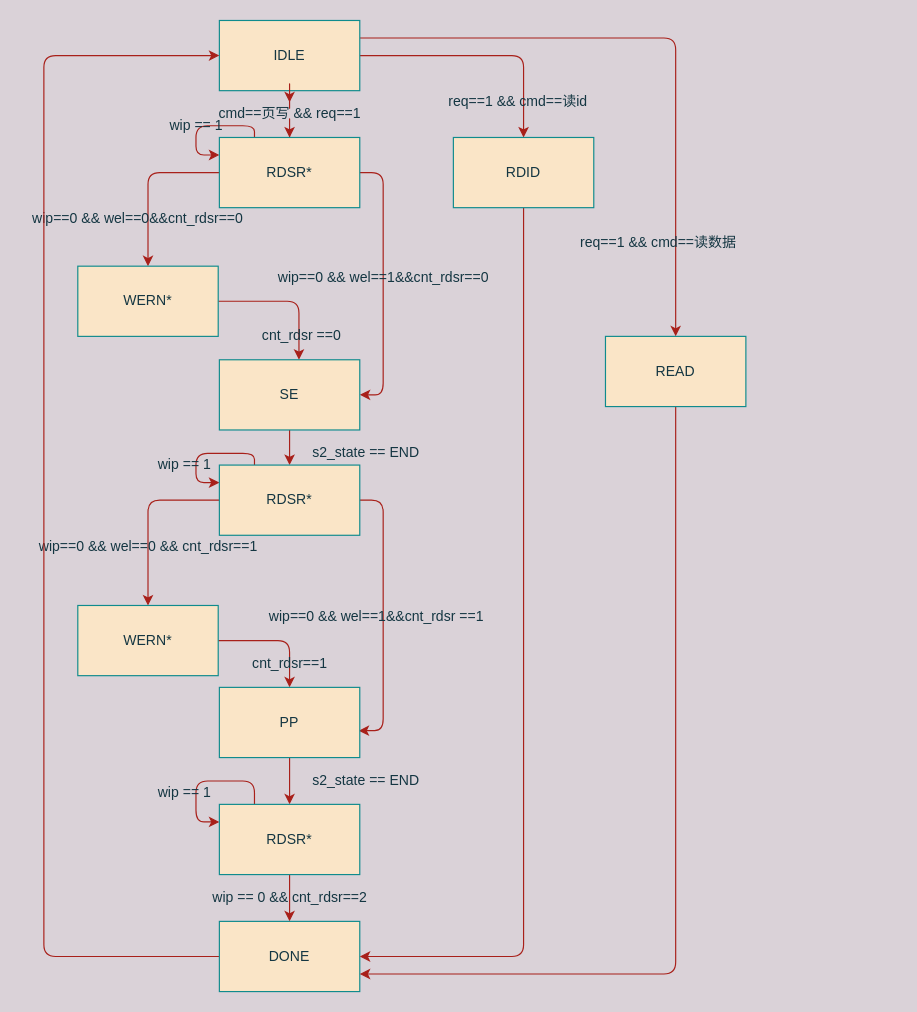
Earlier version of the draw.io diagram flash_state.drawio (wu-bai-guo/spi_flash). Source tidied: cells renumbered, new cells numbered last; positions are measured from the earlier drawing's top-left corner, leaving out a move shared by most shapes. Both pictures are drawn from the tidied source at 117%, with x=0, y=0 at pixel (20, 20).
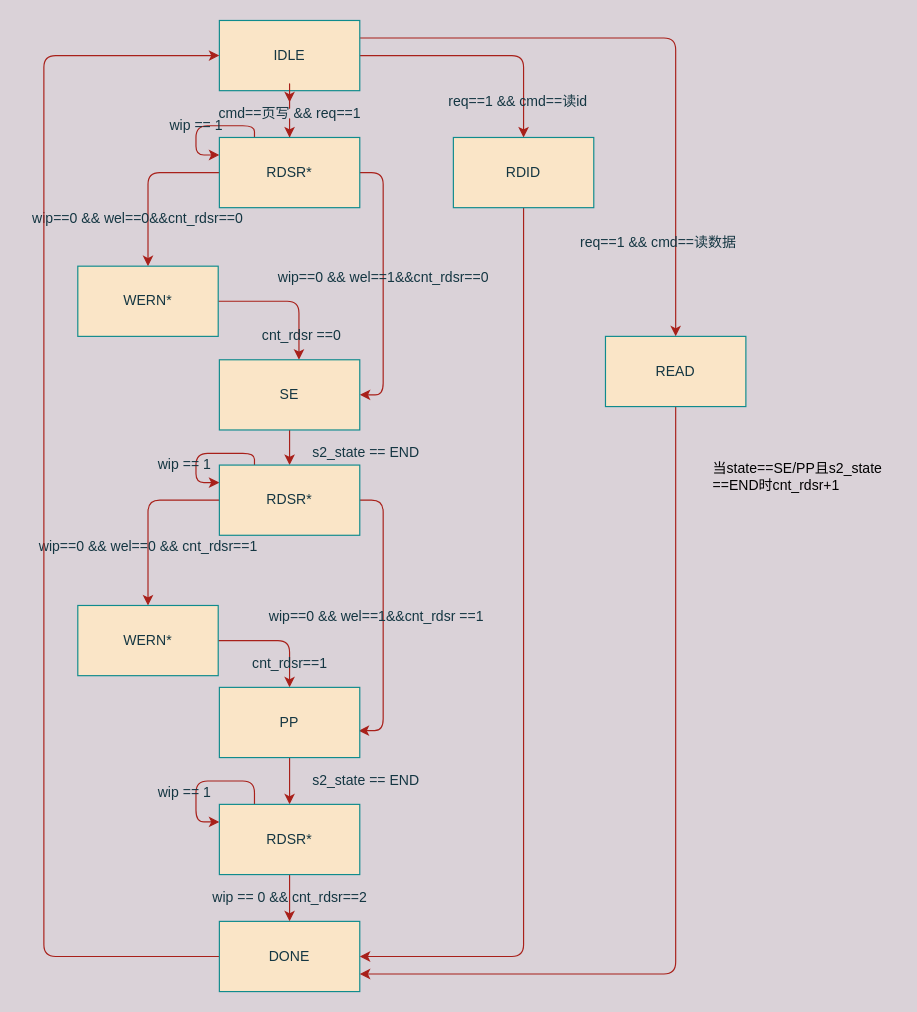
Above is the later version.

Change to the diagram source:
```diff
@@
+    <mxCell id="47" value="&lt;div align=&quot;left&quot;&gt;当state==SE/PP且s2_state&lt;/div&gt;&lt;div align=&quot;left&quot;&gt;==END时cnt_rdsr+1&lt;/div&gt;" style="text;html=1;align=left;verticalAlign=middle;" parent="1" vertex="1">
+      <mxGeometry x="590" y="375" width="160" height="30" as="geometry" />
+    </mxCell>
```
